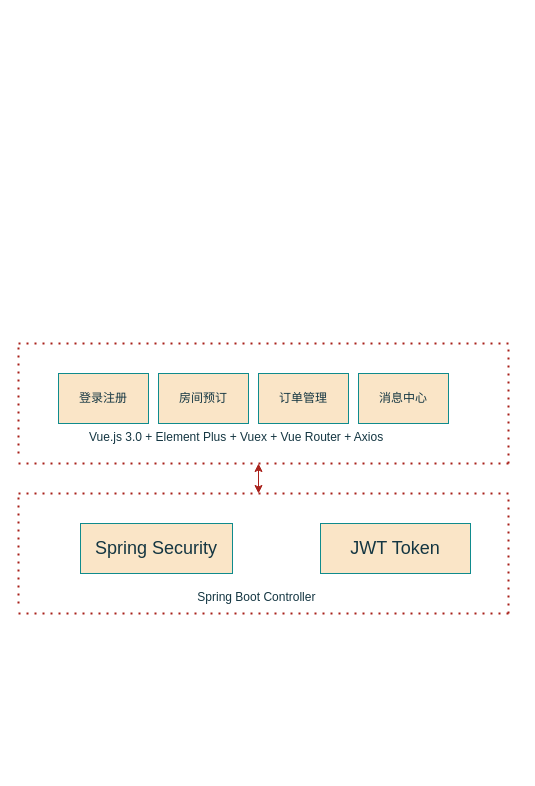
Before: 未命名绘图.drawio in luffy-my/draw, a draw.io diagram. Source tidied: cells renumbered, new cells numbered last; positions are measured from the earlier drawing's top-left corner, leaving out a move shared by most shapes. Both pictures are drawn from the tidied source at 100%, with x=0, y=0 at pixel (18, 343).
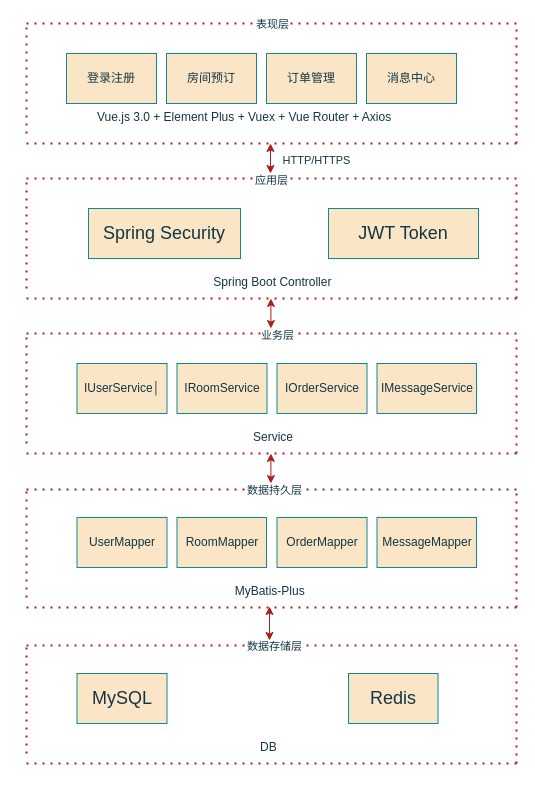
The same page after the edit.

Commit message:
心意酒店完整系统结构图.drawio

The change refers to these unchanged cells:
```xml
<mxCell id="9" style="endArrow=none;dashed=1;html=1;dashPattern=1 3;strokeWidth=2;rounded=0;strokeColor=#A8201A;fontColor=#143642;fillColor=#FAE5C7;" parent="2" edge="1">
  <mxGeometry relative="1" as="geometry">
    <mxPoint as="sourcePoint" />
    <mxPoint x="490" as="targetPoint" />
  </mxGeometry>
</mxCell>
<mxCell id="17" style="endArrow=none;dashed=1;html=1;dashPattern=1 3;strokeWidth=2;rounded=0;strokeColor=#A8201A;fontColor=#143642;fillColor=#FAE5C7;" parent="12" edge="1">
  <mxGeometry relative="1" as="geometry">
    <mxPoint as="sourcePoint" />
    <mxPoint x="490" as="targetPoint" />
  </mxGeometry>
</mxCell>
```

Diff of the diagram source:
```diff
@@
+    <mxCell id="21" style="group;" parent="1" vertex="1">
+      <mxGeometry x="8" y="-320" width="490" height="740" as="geometry" />
+    </mxCell>
+    <mxCell id="22" style="group;" parent="21" vertex="1">
+      <mxGeometry width="490" height="584" as="geometry" />
+    </mxCell>
+    <mxCell id="23" style="endArrow=classic;startArrow=classic;html=1;rounded=0;strokeColor=#A8201A;fontColor=#143642;fillColor=#FAE5C7;" parent="22" edge="1">
+      <mxGeometry relative="1" as="geometry">
+        <mxPoint x="244.4" y="460" as="sourcePoint" />
+        <mxPoint x="244.4" y="430" as="targetPoint" />
+      </mxGeometry>
+    </mxCell>
-    <mxCell id="2" style="group;" parent="1" vertex="1">
+    <mxCell id="2" style="group;" parent="22" vertex="1">
       <mxGeometry width="490" height="120" as="geometry" />
     </mxCell>
@@
+    <mxCell id="24" value="表现层" style="edgeLabel;html=1;align=center;verticalAlign=middle;strokeColor=#0F8B8D;fontColor=#143642;fillColor=#FAE5C7;" parent="9" vertex="1">
+      <mxGeometry x="0.04" y="2" relative="1" as="geometry">
+        <mxPoint x="-10" y="2" as="offset" />
+      </mxGeometry>
+    </mxCell>
@@
-    <mxCell id="12" style="group;" parent="1" vertex="1">
-      <mxGeometry y="150" width="490" height="120" as="geometry" />
+    <mxCell id="12" style="group;" parent="22" vertex="1">
+      <mxGeometry y="155" width="490" height="120" as="geometry" />
     </mxCell>
@@
     <mxCell id="15" value="          Spring Boot Controller   " style="text;whiteSpace=wrap;fontColor=#143642;" parent="12" vertex="1">
-      <mxGeometry x="144" y="90" width="203" height="30" as="geometry" />
+      <mxGeometry x="152" y="90" width="203" height="30" as="geometry" />
     </mxCell>
@@
+    <mxCell id="25" value="应用层" style="edgeLabel;html=1;align=center;verticalAlign=middle;strokeColor=#0F8B8D;fontColor=#143642;fillColor=#FAE5C7;" parent="17" vertex="1">
+      <mxGeometry x="0.05" y="-1" relative="1" as="geometry">
+        <mxPoint x="-13" as="offset" />
+      </mxGeometry>
+    </mxCell>
@@
-    <mxCell id="20" style="endArrow=classic;startArrow=classic;html=1;rounded=0;strokeColor=#A8201A;fontColor=#143642;fillColor=#FAE5C7;" parent="1" edge="1">
+    <mxCell id="20" style="endArrow=classic;startArrow=classic;html=1;rounded=0;strokeColor=#A8201A;fontColor=#143642;fillColor=#FAE5C7;" parent="22" edge="1">
       <mxGeometry relative="1" as="geometry">
-        <mxPoint x="240" y="150" as="sourcePoint" />
-        <mxPoint x="240" y="120" as="targetPoint" />
+        <mxPoint x="244" y="150" as="sourcePoint" />
+        <mxPoint x="244" y="120" as="targetPoint" />
       </mxGeometry>
     </mxCell>
+    <mxCell id="26" value="HTTP/HTTPS" style="edgeLabel;html=1;align=center;verticalAlign=middle;strokeColor=#0F8B8D;fontColor=#143642;fillColor=#FAE5C7;" parent="20" vertex="1">
+      <mxGeometry x="0.24" y="-1" relative="1" as="geometry">
+        <mxPoint x="44" y="5" as="offset" />
+      </mxGeometry>
+    </mxCell>
+    <mxCell id="27" style="group;" parent="22" vertex="1">
+      <mxGeometry y="310" width="490" height="120" as="geometry" />
+    </mxCell>
+    <mxCell id="28" value="Service" style="text;whiteSpace=wrap;fontColor=#143642;" parent="27" vertex="1">
+      <mxGeometry x="225" y="90" width="56" height="30" as="geometry" />
+    </mxCell>
+    <mxCell id="29" style="endArrow=none;dashed=1;html=1;dashPattern=1 3;strokeWidth=2;rounded=0;strokeColor=#A8201A;fontColor=#143642;fillColor=#FAE5C7;" parent="27" edge="1">
+      <mxGeometry relative="1" as="geometry">
+        <mxPoint y="110" as="sourcePoint" />
+        <mxPoint as="targetPoint" />
+      </mxGeometry>
+    </mxCell>
+    <mxCell id="30" style="endArrow=none;dashed=1;html=1;dashPattern=1 3;strokeWidth=2;rounded=0;strokeColor=#A8201A;fontColor=#143642;fillColor=#FAE5C7;" parent="27" edge="1">
+      <mxGeometry relative="1" as="geometry">
+        <mxPoint as="sourcePoint" />
+        <mxPoint x="490" as="targetPoint" />
+      </mxGeometry>
+    </mxCell>
+    <mxCell id="31" value="业务层" style="edgeLabel;html=1;align=center;verticalAlign=middle;strokeColor=#0F8B8D;fontColor=#143642;fillColor=#FAE5C7;" parent="30" vertex="1">
+      <mxGeometry x="0.05" y="-1" relative="1" as="geometry">
+        <mxPoint x="-7" as="offset" />
+      </mxGeometry>
+    </mxCell>
+    <mxCell id="32" style="endArrow=none;dashed=1;html=1;dashPattern=1 3;strokeWidth=2;rounded=0;strokeColor=#A8201A;fontColor=#143642;fillColor=#FAE5C7;" parent="27" edge="1">
+      <mxGeometry relative="1" as="geometry">
+        <mxPoint x="490" y="120" as="sourcePoint" />
+        <mxPoint y="120" as="targetPoint" />
+      </mxGeometry>
+    </mxCell>
+    <mxCell id="33" style="endArrow=none;dashed=1;html=1;dashPattern=1 3;strokeWidth=2;rounded=0;strokeColor=#A8201A;fontColor=#143642;fillColor=#FAE5C7;" parent="27" edge="1">
+      <mxGeometry relative="1" as="geometry">
+        <mxPoint x="490" y="120" as="sourcePoint" />
+        <mxPoint x="490" as="targetPoint" />
+      </mxGeometry>
+    </mxCell>
+    <mxCell id="34" value="IMessageService" style="rounded=0;whiteSpace=wrap;html=1;strokeColor=#0F8B8D;fontColor=#143642;fillColor=#FAE5C7;" parent="27" vertex="1">
+      <mxGeometry x="350.5" y="30" width="99.5" height="50" as="geometry" />
+    </mxCell>
+    <mxCell id="35" value="IOrderService" style="rounded=0;whiteSpace=wrap;html=1;strokeColor=#0F8B8D;fontColor=#143642;fillColor=#FAE5C7;" parent="27" vertex="1">
+      <mxGeometry x="250.5" y="30" width="90" height="50" as="geometry" />
+    </mxCell>
+    <mxCell id="36" value="IRoomService" style="rounded=0;whiteSpace=wrap;html=1;strokeColor=#0F8B8D;fontColor=#143642;fillColor=#FAE5C7;" parent="27" vertex="1">
+      <mxGeometry x="150.5" y="30" width="90" height="50" as="geometry" />
+    </mxCell>
+    <mxCell id="37" value="IUserService│" style="rounded=0;whiteSpace=wrap;html=1;strokeColor=#0F8B8D;fontColor=#143642;fillColor=#FAE5C7;" parent="27" vertex="1">
+      <mxGeometry x="50.5" y="30" width="90" height="50" as="geometry" />
+    </mxCell>
+    <mxCell id="38" style="endArrow=classic;startArrow=classic;html=1;rounded=0;strokeColor=#A8201A;fontColor=#143642;fillColor=#FAE5C7;" parent="22" edge="1">
+      <mxGeometry relative="1" as="geometry">
+        <mxPoint x="244.4" y="305" as="sourcePoint" />
+        <mxPoint x="244.4" y="275" as="targetPoint" />
+      </mxGeometry>
+    </mxCell>
+    <mxCell id="39" style="edgeLabel;html=1;align=center;verticalAlign=middle;strokeColor=#0F8B8D;fontColor=#143642;fillColor=#FAE5C7;" parent="38" vertex="1">
+      <mxGeometry x="0.24" y="-1" relative="1" as="geometry">
+        <mxPoint x="44" y="5" as="offset" />
+      </mxGeometry>
+    </mxCell>
+    <mxCell id="40" style="group;" parent="22" vertex="1">
+      <mxGeometry y="464" width="490" height="120" as="geometry" />
+    </mxCell>
+    <mxCell id="41" value="  MyBatis-Plus     " style="text;whiteSpace=wrap;fontColor=#143642;" parent="40" vertex="1">
+      <mxGeometry x="200" y="90" width="106" height="30" as="geometry" />
+    </mxCell>
+    <mxCell id="42" style="endArrow=none;dashed=1;html=1;dashPattern=1 3;strokeWidth=2;rounded=0;strokeColor=#A8201A;fontColor=#143642;fillColor=#FAE5C7;" parent="40" edge="1">
+      <mxGeometry relative="1" as="geometry">
+        <mxPoint y="110" as="sourcePoint" />
+        <mxPoint as="targetPoint" />
+      </mxGeometry>
+    </mxCell>
+    <mxCell id="43" style="endArrow=none;dashed=1;html=1;dashPattern=1 3;strokeWidth=2;rounded=0;strokeColor=#A8201A;fontColor=#143642;fillColor=#FAE5C7;" parent="40" edge="1">
+      <mxGeometry relative="1" as="geometry">
+        <mxPoint y="2" as="sourcePoint" />
+        <mxPoint x="490" y="2" as="targetPoint" />
+      </mxGeometry>
+    </mxCell>
+    <mxCell id="44" value="数据持久层" style="edgeLabel;html=1;align=center;verticalAlign=middle;strokeColor=#0F8B8D;fontColor=#143642;fillColor=#FAE5C7;" parent="43" vertex="1">
+      <mxGeometry x="0.07" relative="1" as="geometry">
+        <mxPoint x="-15" as="offset" />
+      </mxGeometry>
+    </mxCell>
+    <mxCell id="45" style="endArrow=none;dashed=1;html=1;dashPattern=1 3;strokeWidth=2;rounded=0;strokeColor=#A8201A;fontColor=#143642;fillColor=#FAE5C7;" parent="40" edge="1">
+      <mxGeometry relative="1" as="geometry">
+        <mxPoint x="490" y="120" as="sourcePoint" />
+        <mxPoint y="120" as="targetPoint" />
+      </mxGeometry>
+    </mxCell>
+    <mxCell id="46" style="endArrow=none;dashed=1;html=1;dashPattern=1 3;strokeWidth=2;rounded=0;strokeColor=#A8201A;fontColor=#143642;fillColor=#FAE5C7;" parent="40" edge="1">
+      <mxGeometry relative="1" as="geometry">
+        <mxPoint x="490" y="120" as="sourcePoint" />
+        <mxPoint x="490" as="targetPoint" />
+      </mxGeometry>
+    </mxCell>
+    <mxCell id="47" value="MessageMapper" style="rounded=0;whiteSpace=wrap;html=1;strokeColor=#0F8B8D;fontColor=#143642;fillColor=#FAE5C7;" parent="40" vertex="1">
+      <mxGeometry x="350.5" y="30" width="99.5" height="50" as="geometry" />
+    </mxCell>
+    <mxCell id="48" value="OrderMapper" style="rounded=0;whiteSpace=wrap;html=1;strokeColor=#0F8B8D;fontColor=#143642;fillColor=#FAE5C7;" parent="40" vertex="1">
+      <mxGeometry x="250.5" y="30" width="90" height="50" as="geometry" />
+    </mxCell>
+    <mxCell id="49" value="RoomMapper" style="rounded=0;whiteSpace=wrap;html=1;strokeColor=#0F8B8D;fontColor=#143642;fillColor=#FAE5C7;" parent="40" vertex="1">
+      <mxGeometry x="150.5" y="30" width="89.5" height="50" as="geometry" />
+    </mxCell>
+    <mxCell id="50" value="UserMapper" style="rounded=0;whiteSpace=wrap;html=1;strokeColor=#0F8B8D;fontColor=#143642;fillColor=#FAE5C7;" parent="40" vertex="1">
+      <mxGeometry x="50.5" y="30" width="90" height="50" as="geometry" />
+    </mxCell>
+    <mxCell id="51" style="group;" parent="21" vertex="1">
+      <mxGeometry y="620" width="490" height="120" as="geometry" />
+    </mxCell>
+    <mxCell id="52" value="DB&#10;" style="text;whiteSpace=wrap;fontColor=#143642;" parent="51" vertex="1">
+      <mxGeometry x="232" y="90" width="50" height="30" as="geometry" />
+    </mxCell>
+    <mxCell id="53" style="endArrow=none;dashed=1;html=1;dashPattern=1 3;strokeWidth=2;rounded=0;strokeColor=#A8201A;fontColor=#143642;fillColor=#FAE5C7;" parent="51" edge="1">
+      <mxGeometry relative="1" as="geometry">
+        <mxPoint y="110" as="sourcePoint" />
+        <mxPoint as="targetPoint" />
+      </mxGeometry>
+    </mxCell>
+    <mxCell id="54" style="endArrow=none;dashed=1;html=1;dashPattern=1 3;strokeWidth=2;rounded=0;strokeColor=#A8201A;fontColor=#143642;fillColor=#FAE5C7;" parent="51" edge="1">
+      <mxGeometry relative="1" as="geometry">
+        <mxPoint y="2" as="sourcePoint" />
+        <mxPoint x="490" y="2" as="targetPoint" />
+      </mxGeometry>
+    </mxCell>
+    <mxCell id="55" value="数据存储层" style="edgeLabel;html=1;align=center;verticalAlign=middle;strokeColor=#0F8B8D;fontColor=#143642;fillColor=#FAE5C7;" parent="54" vertex="1">
+      <mxGeometry x="0.07" relative="1" as="geometry">
+        <mxPoint x="-15" as="offset" />
+      </mxGeometry>
+    </mxCell>
+    <mxCell id="56" style="endArrow=none;dashed=1;html=1;dashPattern=1 3;strokeWidth=2;rounded=0;strokeColor=#A8201A;fontColor=#143642;fillColor=#FAE5C7;" parent="51" edge="1">
+      <mxGeometry relative="1" as="geometry">
+        <mxPoint x="490" y="120" as="sourcePoint" />
+        <mxPoint y="120" as="targetPoint" />
+      </mxGeometry>
+    </mxCell>
+    <mxCell id="57" style="endArrow=none;dashed=1;html=1;dashPattern=1 3;strokeWidth=2;rounded=0;strokeColor=#A8201A;fontColor=#143642;fillColor=#FAE5C7;" parent="51" edge="1">
+      <mxGeometry relative="1" as="geometry">
+        <mxPoint x="490" y="120" as="sourcePoint" />
+        <mxPoint x="490" as="targetPoint" />
+      </mxGeometry>
+    </mxCell>
+    <mxCell id="58" value="&lt;font style=&quot;font-size: 18px;&quot;&gt;Redis&lt;/font&gt;" style="rounded=0;whiteSpace=wrap;html=1;strokeColor=#0F8B8D;fontColor=#143642;fillColor=#FAE5C7;" parent="51" vertex="1">
+      <mxGeometry x="322" y="30" width="89.5" height="50" as="geometry" />
+    </mxCell>
+    <mxCell id="59" value="&lt;font style=&quot;font-size: 18px;&quot;&gt;MySQL&lt;/font&gt;" style="rounded=0;whiteSpace=wrap;html=1;strokeColor=#0F8B8D;fontColor=#143642;fillColor=#FAE5C7;" parent="51" vertex="1">
+      <mxGeometry x="50.5" y="30" width="90" height="50" as="geometry" />
+    </mxCell>
+    <mxCell id="60" style="endArrow=classic;startArrow=classic;html=1;rounded=0;strokeColor=#A8201A;fontColor=#143642;fillColor=#FAE5C7;" parent="21" edge="1">
+      <mxGeometry relative="1" as="geometry">
+        <mxPoint x="243" y="617" as="sourcePoint" />
+        <mxPoint x="243" y="583" as="targetPoint" />
+      </mxGeometry>
+    </mxCell>
```
